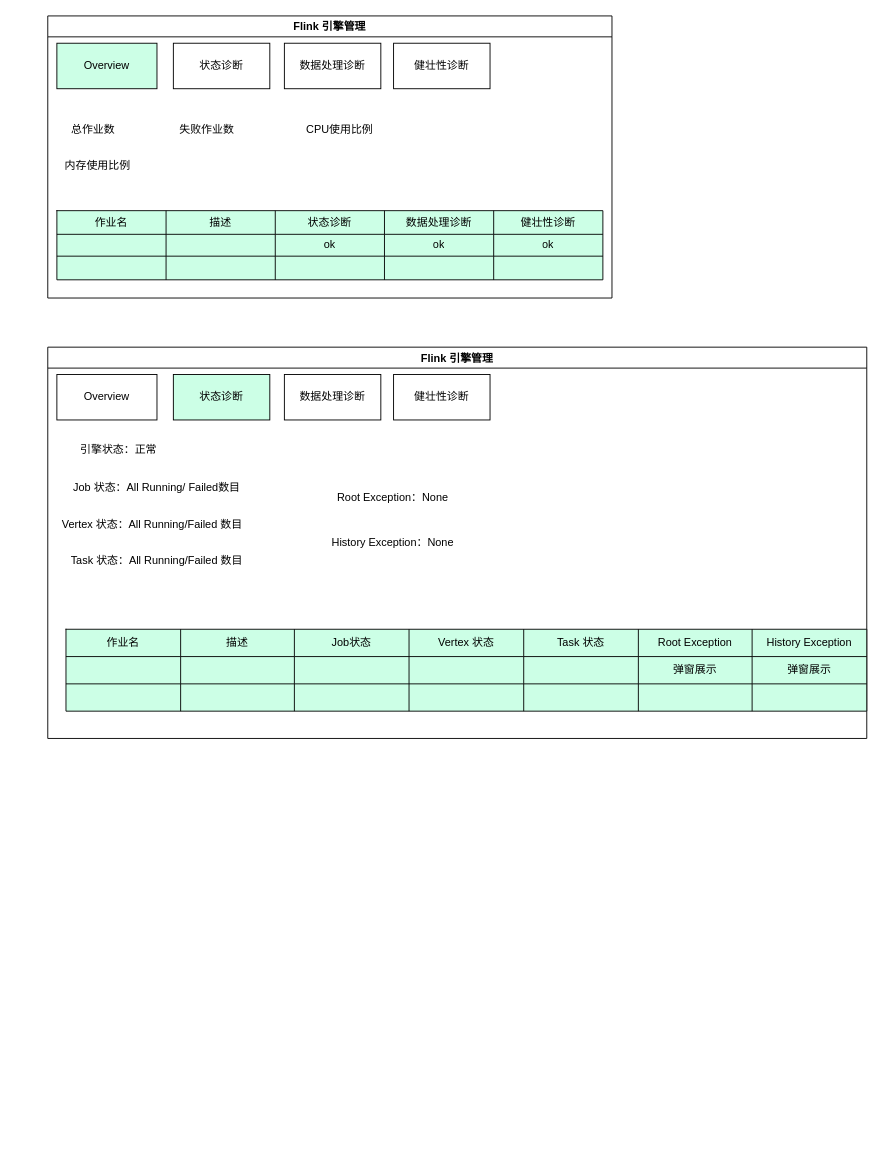
The draw.io diagram Untitled Diagram.drawio in zjpnju/ddia, before the edit. Source tidied: cells renumbered, new cells numbered last; positions are measured from the earlier drawing's top-left corner, leaving out a move shared by most shapes. Both pictures are drawn from the tidied source at 91%, with x=0, y=0 at pixel (47, 15).
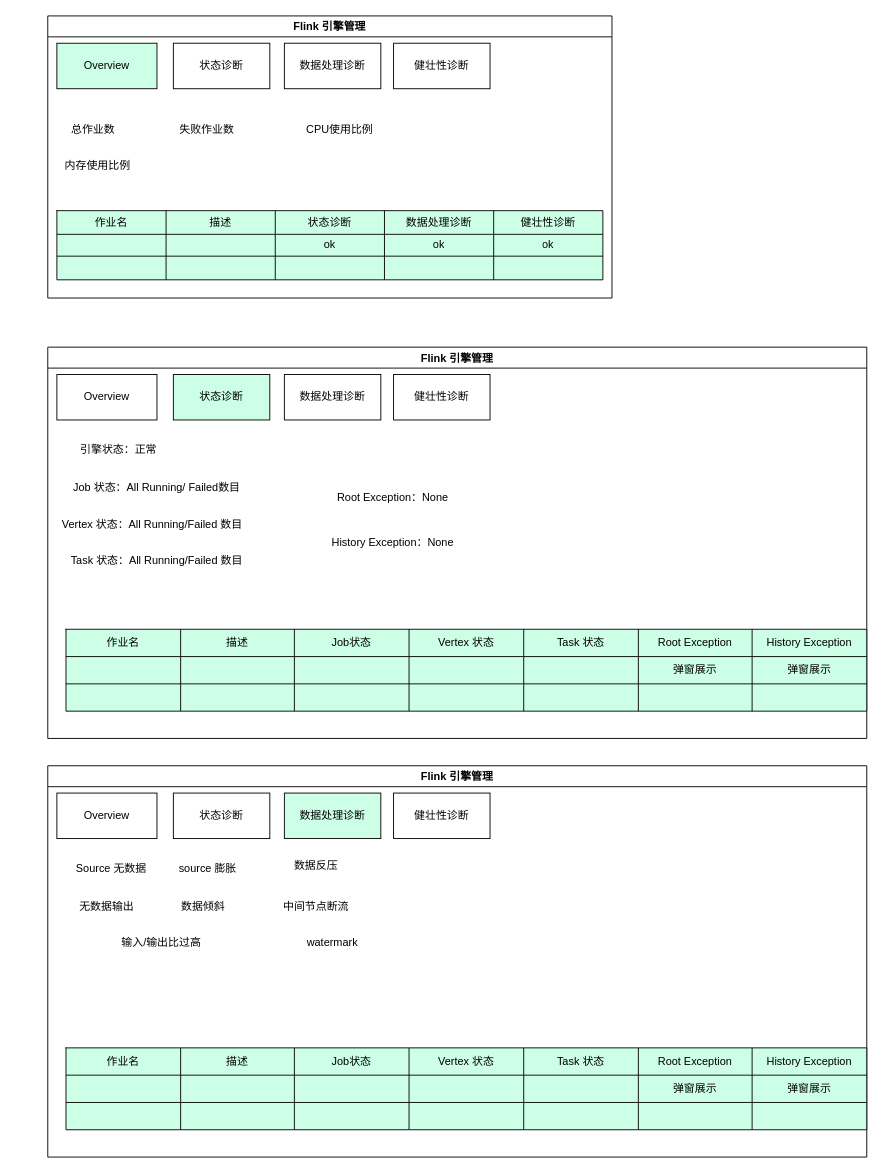
The same diagram, later.

Diff of the diagram source:
```diff
@@
+    <mxCell id="68" value="Flink 引擎管理" style="swimlane;" parent="1" vertex="1">
+      <mxGeometry y="824" width="900" height="430" as="geometry" />
+    </mxCell>
+    <mxCell id="69" value="Overview" style="rounded=0;whiteSpace=wrap;html=1;fillColor=#FFFFFF;" parent="68" vertex="1">
+      <mxGeometry x="10" y="30" width="110" height="50" as="geometry" />
+    </mxCell>
+    <mxCell id="70" value="状态诊断" style="rounded=0;whiteSpace=wrap;html=1;fillColor=#FFFFFF;" parent="68" vertex="1">
+      <mxGeometry x="138" y="30" width="106" height="50" as="geometry" />
+    </mxCell>
+    <mxCell id="71" value="数据处理诊断" style="rounded=0;whiteSpace=wrap;html=1;fillColor=#CCFFE6;" parent="68" vertex="1">
+      <mxGeometry x="260" y="30" width="106" height="50" as="geometry" />
+    </mxCell>
+    <mxCell id="72" value="健壮性诊断" style="rounded=0;whiteSpace=wrap;html=1;" parent="68" vertex="1">
+      <mxGeometry x="380" y="30" width="106" height="50" as="geometry" />
+    </mxCell>
+    <mxCell id="73" value="Source 无数据" style="text;html=1;strokeColor=none;fillColor=none;align=center;verticalAlign=middle;whiteSpace=wrap;rounded=0;" parent="68" vertex="1">
+      <mxGeometry x="10" y="100" width="120" height="25" as="geometry" />
+    </mxCell>
+    <mxCell id="74" value="无数据输出" style="text;html=1;strokeColor=none;fillColor=none;align=center;verticalAlign=middle;whiteSpace=wrap;rounded=0;" parent="68" vertex="1">
+      <mxGeometry x="-35" y="140" width="200" height="30" as="geometry" />
+    </mxCell>
+    <mxCell id="75" value="数据倾斜" style="text;html=1;strokeColor=none;fillColor=none;align=center;verticalAlign=middle;whiteSpace=wrap;rounded=0;" parent="68" vertex="1">
+      <mxGeometry x="66" y="140" width="210" height="30" as="geometry" />
+    </mxCell>
+    <mxCell id="76" style="shape=table;html=1;whiteSpace=wrap;startSize=0;childLayout=tableLayout;fillColor=#CCFFE6;" parent="68" vertex="1">
+      <mxGeometry x="20" y="310" width="880" height="90" as="geometry" />
+    </mxCell>
+    <mxCell id="77" style="shape=tableRow;horizontal=0;startSize=0;swimlaneHead=0;swimlaneBody=0;top=0;left=0;bottom=0;right=0;fillColor=none;" parent="76" vertex="1">
+      <mxGeometry width="880" height="30" as="geometry" />
+    </mxCell>
+    <mxCell id="78" value="作业名" style="shape=partialRectangle;html=1;whiteSpace=wrap;fillColor=none;top=0;left=0;bottom=0;right=0;overflow=hidden;" parent="77" vertex="1">
+      <mxGeometry width="126" height="30" as="geometry" />
+    </mxCell>
+    <mxCell id="79" value="描述" style="shape=partialRectangle;html=1;whiteSpace=wrap;fillColor=none;top=0;left=0;bottom=0;right=0;overflow=hidden;" parent="77" vertex="1">
+      <mxGeometry x="126" width="125" height="30" as="geometry" />
+    </mxCell>
+    <mxCell id="80" value="Job状态" style="shape=partialRectangle;html=1;whiteSpace=wrap;fillColor=none;top=0;left=0;bottom=0;right=0;overflow=hidden;" parent="77" vertex="1">
+      <mxGeometry x="251" width="126" height="30" as="geometry" />
+    </mxCell>
+    <mxCell id="81" value="Vertex 状态" style="shape=partialRectangle;html=1;whiteSpace=wrap;fillColor=none;top=0;left=0;bottom=0;right=0;overflow=hidden;" parent="77" vertex="1">
+      <mxGeometry x="377" width="126" height="30" as="geometry" />
+    </mxCell>
+    <mxCell id="82" value="Task 状态" style="shape=partialRectangle;html=1;whiteSpace=wrap;fillColor=none;top=0;left=0;bottom=0;right=0;overflow=hidden;" parent="77" vertex="1">
+      <mxGeometry x="503" width="126" height="30" as="geometry" />
+    </mxCell>
+    <mxCell id="83" value="Root Exception" style="shape=partialRectangle;html=1;whiteSpace=wrap;fillColor=none;top=0;left=0;bottom=0;right=0;overflow=hidden;" parent="77" vertex="1">
+      <mxGeometry x="629" width="125" height="30" as="geometry" />
+    </mxCell>
+    <mxCell id="84" value="History Exception" style="shape=partialRectangle;html=1;whiteSpace=wrap;fillColor=none;top=0;left=0;bottom=0;right=0;overflow=hidden;" parent="77" vertex="1">
+      <mxGeometry x="754" width="126" height="30" as="geometry" />
+    </mxCell>
+    <mxCell id="85" style="shape=tableRow;horizontal=0;startSize=0;swimlaneHead=0;swimlaneBody=0;top=0;left=0;bottom=0;right=0;fillColor=none;" parent="76" vertex="1">
+      <mxGeometry y="30" width="880" height="30" as="geometry" />
+    </mxCell>
+    <mxCell id="86" style="shape=partialRectangle;html=1;whiteSpace=wrap;fillColor=none;top=0;left=0;bottom=0;right=0;overflow=hidden;" parent="85" vertex="1">
+      <mxGeometry width="126" height="30" as="geometry" />
+    </mxCell>
+    <mxCell id="87" style="shape=partialRectangle;html=1;whiteSpace=wrap;fillColor=none;top=0;left=0;bottom=0;right=0;overflow=hidden;" parent="85" vertex="1">
+      <mxGeometry x="126" width="125" height="30" as="geometry" />
+    </mxCell>
+    <mxCell id="88" style="shape=partialRectangle;html=1;whiteSpace=wrap;fillColor=none;top=0;left=0;bottom=0;right=0;overflow=hidden;" parent="85" vertex="1">
+      <mxGeometry x="251" width="126" height="30" as="geometry" />
+    </mxCell>
+    <mxCell id="89" style="shape=partialRectangle;html=1;whiteSpace=wrap;fillColor=none;top=0;left=0;bottom=0;right=0;overflow=hidden;" parent="85" vertex="1">
+      <mxGeometry x="377" width="126" height="30" as="geometry" />
+    </mxCell>
+    <mxCell id="90" style="shape=partialRectangle;html=1;whiteSpace=wrap;fillColor=none;top=0;left=0;bottom=0;right=0;overflow=hidden;" parent="85" vertex="1">
+      <mxGeometry x="503" width="126" height="30" as="geometry" />
+    </mxCell>
+    <mxCell id="91" value="弹窗展示" style="shape=partialRectangle;html=1;whiteSpace=wrap;fillColor=none;top=0;left=0;bottom=0;right=0;overflow=hidden;" parent="85" vertex="1">
+      <mxGeometry x="629" width="125" height="30" as="geometry" />
+    </mxCell>
+    <mxCell id="92" value="弹窗展示" style="shape=partialRectangle;html=1;whiteSpace=wrap;fillColor=none;top=0;left=0;bottom=0;right=0;overflow=hidden;" parent="85" vertex="1">
+      <mxGeometry x="754" width="126" height="30" as="geometry" />
+    </mxCell>
+    <mxCell id="93" style="shape=tableRow;horizontal=0;startSize=0;swimlaneHead=0;swimlaneBody=0;top=0;left=0;bottom=0;right=0;fillColor=none;" parent="76" vertex="1">
+      <mxGeometry y="60" width="880" height="30" as="geometry" />
+    </mxCell>
+    <mxCell id="94" style="shape=partialRectangle;html=1;whiteSpace=wrap;fillColor=none;top=0;left=0;bottom=0;right=0;overflow=hidden;" parent="93" vertex="1">
+      <mxGeometry width="126" height="30" as="geometry" />
+    </mxCell>
+    <mxCell id="95" style="shape=partialRectangle;html=1;whiteSpace=wrap;fillColor=none;top=0;left=0;bottom=0;right=0;overflow=hidden;" parent="93" vertex="1">
+      <mxGeometry x="126" width="125" height="30" as="geometry" />
+    </mxCell>
+    <mxCell id="96" style="shape=partialRectangle;html=1;whiteSpace=wrap;fillColor=none;top=0;left=0;bottom=0;right=0;overflow=hidden;" parent="93" vertex="1">
+      <mxGeometry x="251" width="126" height="30" as="geometry" />
+    </mxCell>
+    <mxCell id="97" style="shape=partialRectangle;html=1;whiteSpace=wrap;fillColor=none;top=0;left=0;bottom=0;right=0;overflow=hidden;" parent="93" vertex="1">
+      <mxGeometry x="377" width="126" height="30" as="geometry" />
+    </mxCell>
+    <mxCell id="98" style="shape=partialRectangle;html=1;whiteSpace=wrap;fillColor=none;top=0;left=0;bottom=0;right=0;overflow=hidden;" parent="93" vertex="1">
+      <mxGeometry x="503" width="126" height="30" as="geometry" />
+    </mxCell>
+    <mxCell id="99" style="shape=partialRectangle;html=1;whiteSpace=wrap;fillColor=none;top=0;left=0;bottom=0;right=0;overflow=hidden;" parent="93" vertex="1">
+      <mxGeometry x="629" width="125" height="30" as="geometry" />
+    </mxCell>
+    <mxCell id="100" style="shape=partialRectangle;html=1;whiteSpace=wrap;fillColor=none;top=0;left=0;bottom=0;right=0;overflow=hidden;" parent="93" vertex="1">
+      <mxGeometry x="754" width="126" height="30" as="geometry" />
+    </mxCell>
+    <mxCell id="101" value="输入/输出比过高" style="text;html=1;strokeColor=none;fillColor=none;align=center;verticalAlign=middle;whiteSpace=wrap;rounded=0;" parent="68" vertex="1">
+      <mxGeometry x="20" y="180" width="210" height="30" as="geometry" />
+    </mxCell>
+    <mxCell id="102" value="数据反压" style="text;html=1;strokeColor=none;fillColor=none;align=center;verticalAlign=middle;whiteSpace=wrap;rounded=0;" parent="68" vertex="1">
+      <mxGeometry x="190" y="95" width="210" height="30" as="geometry" />
+    </mxCell>
+    <mxCell id="103" value="watermark" style="text;html=1;strokeColor=none;fillColor=none;align=center;verticalAlign=middle;whiteSpace=wrap;rounded=0;" parent="68" vertex="1">
+      <mxGeometry x="208" y="180" width="210" height="30" as="geometry" />
+    </mxCell>
+    <mxCell id="104" value="source 膨胀" style="text;html=1;strokeColor=none;fillColor=none;align=center;verticalAlign=middle;whiteSpace=wrap;rounded=0;" parent="68" vertex="1">
+      <mxGeometry x="76" y="97.5" width="200" height="30" as="geometry" />
+    </mxCell>
+    <mxCell id="105" value="中间节点断流" style="text;html=1;strokeColor=none;fillColor=none;align=center;verticalAlign=middle;whiteSpace=wrap;rounded=0;" parent="68" vertex="1">
+      <mxGeometry x="190" y="140" width="210" height="30" as="geometry" />
+    </mxCell>
```
